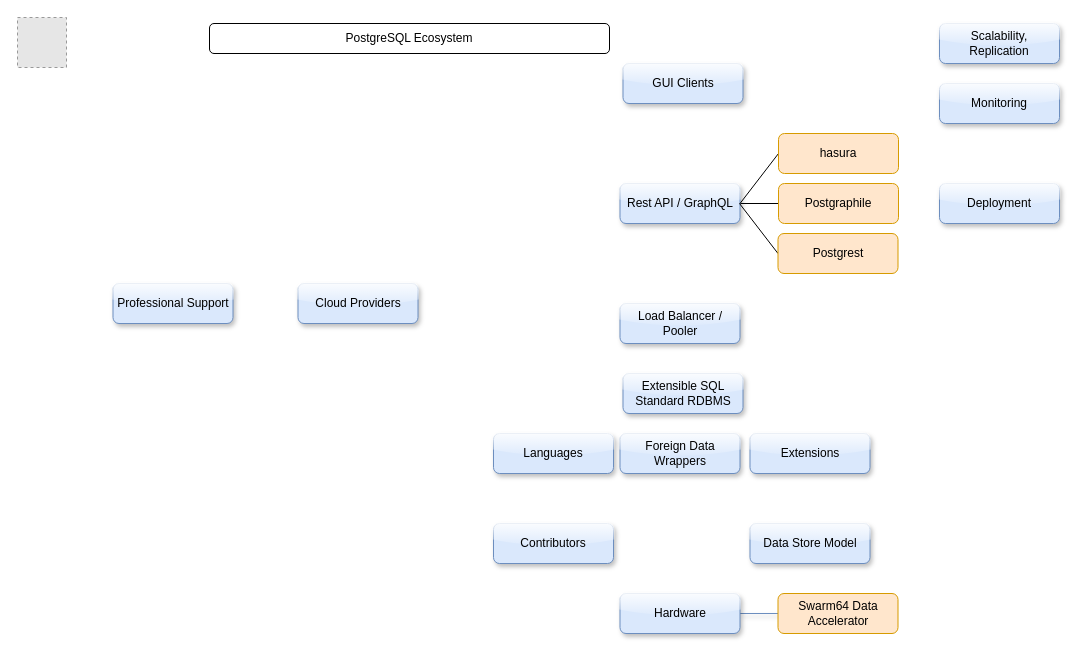
EfficiencyGeek/postgresql-ecosystem keeps this draw.io diagram as postgresql-ecosystem.drawio. Above is the earlier version. Source tidied: cells renumbered, new cells numbered last; positions are measured from the earlier drawing's top-left corner, leaving out a move shared by most shapes. Both pictures are drawn from the tidied source at 100%, with x=0, y=0 at pixel (17, 17). Pictures stored in the file or linked from it are replaced by grey dashed boxes.
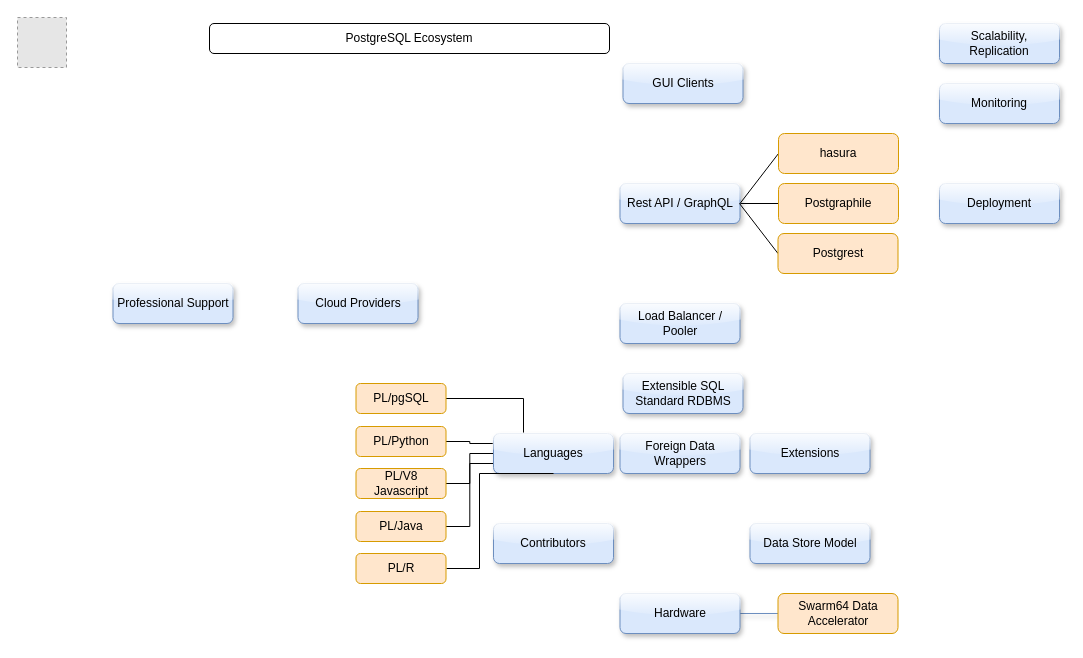
The same page after the edit.

The change refers to these unchanged cells:
```xml
<mxCell id="2" value="Languages" style="rounded=1;whiteSpace=wrap;html=1;shadow=1;strokeColor=#6c8ebf;fillColor=#dae8fc;glass=1;" parent="1" vertex="1">
  <mxGeometry x="476" y="416" width="120" height="40" as="geometry" />
</mxCell>
```

The edit, as a diff of the source:
```diff
@@
+    <mxCell id="27" style="edgeStyle=orthogonalEdgeStyle;rounded=0;jettySize=auto;html=1;exitX=0.25;exitY=0;exitDx=0;exitDy=0;entryX=1;entryY=0.5;entryDx=0;entryDy=0;endArrow=none;endFill=0;" parent="1" edge="1" source="2" target="31">
+      <mxGeometry relative="1" as="geometry" />
+    </mxCell>
+    <mxCell id="28" style="edgeStyle=orthogonalEdgeStyle;rounded=0;jettySize=auto;html=1;exitX=0;exitY=0.25;exitDx=0;exitDy=0;endArrow=none;endFill=0;" parent="1" edge="1" source="2" target="32">
+      <mxGeometry relative="1" as="geometry" />
+    </mxCell>
+    <mxCell id="29" style="edgeStyle=orthogonalEdgeStyle;rounded=0;jettySize=auto;html=1;exitX=0;exitY=0.5;exitDx=0;exitDy=0;endArrow=none;endFill=0;entryX=1;entryY=0.5;entryDx=0;entryDy=0;" parent="1" edge="1" source="2" target="35">
+      <mxGeometry relative="1" as="geometry" />
+    </mxCell>
+    <mxCell id="30" style="edgeStyle=orthogonalEdgeStyle;rounded=0;jettySize=auto;html=1;exitX=0;exitY=0.75;exitDx=0;exitDy=0;endArrow=none;endFill=0;entryX=1;entryY=0.5;entryDx=0;entryDy=0;" parent="1" edge="1" source="2" target="36">
+      <mxGeometry relative="1" as="geometry" />
+    </mxCell>
@@
+    <mxCell id="31" value="PL/pgSQL" style="rounded=1;whiteSpace=wrap;html=1;fillColor=#ffe6cc;strokeColor=#d79b00;" parent="1" vertex="1">
+      <mxGeometry x="338.5" y="366" width="90" height="30" as="geometry" />
+    </mxCell>
+    <mxCell id="32" value="PL/Python" style="rounded=1;whiteSpace=wrap;html=1;fillColor=#ffe6cc;strokeColor=#d79b00;" parent="1" vertex="1">
+      <mxGeometry x="338.5" y="409" width="90" height="30" as="geometry" />
+    </mxCell>
+    <mxCell id="33" style="edgeStyle=elbowEdgeStyle;rounded=0;jettySize=auto;html=1;entryX=0.5;entryY=1;entryDx=0;entryDy=0;endArrow=none;endFill=0;" parent="1" edge="1" target="2">
+      <mxGeometry relative="1" as="geometry">
+        <mxPoint x="429" y="551" as="sourcePoint" />
+        <Array as="points">
+          <mxPoint x="462" y="506" />
+          <mxPoint x="462" y="506" />
+        </Array>
+      </mxGeometry>
+    </mxCell>
+    <mxCell id="34" value="PL/R" style="rounded=1;whiteSpace=wrap;html=1;fillColor=#ffe6cc;strokeColor=#d79b00;" parent="1" vertex="1">
+      <mxGeometry x="338.5" y="536" width="90" height="30" as="geometry" />
+    </mxCell>
+    <mxCell id="35" value="PL/V8 Javascript" style="rounded=1;whiteSpace=wrap;html=1;fillColor=#ffe6cc;strokeColor=#d79b00;" parent="1" vertex="1">
+      <mxGeometry x="338.5" y="451" width="90" height="30" as="geometry" />
+    </mxCell>
+    <mxCell id="36" value="PL/Java" style="rounded=1;whiteSpace=wrap;html=1;fillColor=#ffe6cc;strokeColor=#d79b00;" parent="1" vertex="1">
+      <mxGeometry x="338.5" y="494" width="90" height="30" as="geometry" />
+    </mxCell>
```
